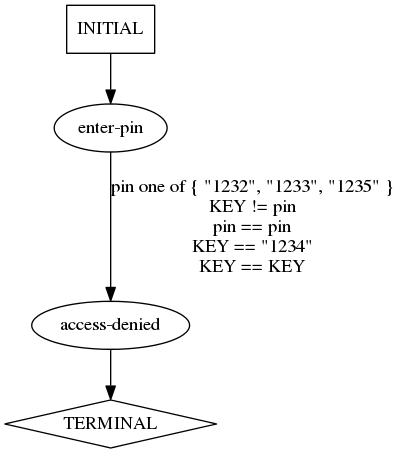
The Graphviz diagram traces/abstract/verify-pin/predicted-paths/verify-pin-test13.dot.png in ModelInference/synoptic, before a commit. Its source is kept beside it as traces/abstract/verify-pin/predicted-paths/verify-pin-test13.dot.
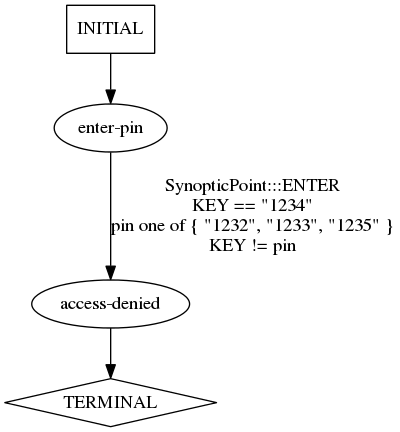
After the commit.

Change to the diagram source:
```diff
@@ -4,6 +4,6 @@
   2 [label="TERMINAL",shape=diamond];
   3 [label="INITIAL",shape=box];
 0->2 [label="",];
-1->0 [label="pin one of { \"1232\", \"1233\", \"1235\" }\nKEY != pin\npin == pin\nKEY == \"1234\"\nKEY == KEY",];
+1->0 [label="SynopticPoint:::ENTER\nKEY == \"1234\"\npin one of { \"1232\", \"1233\", \"1235\" }\nKEY != pin\n",];
 3->1 [label="",];
 } // digraph {
```
